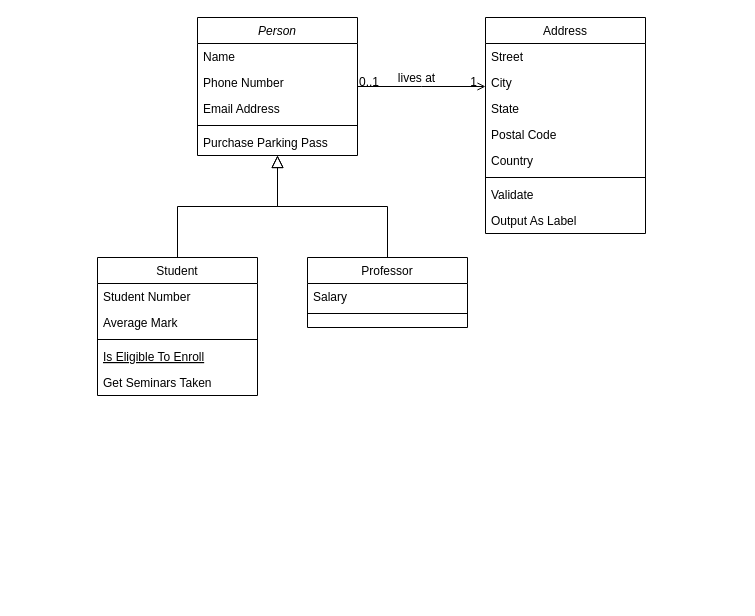
This is assets/Untitled Diagram.drawio from neorgon/cse210-hw, a draw.io file, before an edit. Source tidied: cells renumbered, new cells numbered last; positions are measured from the earlier drawing's top-left corner, leaving out a move shared by most shapes. Both pictures are drawn from the tidied source at 100%, with x=0, y=0 at pixel (97, 17).
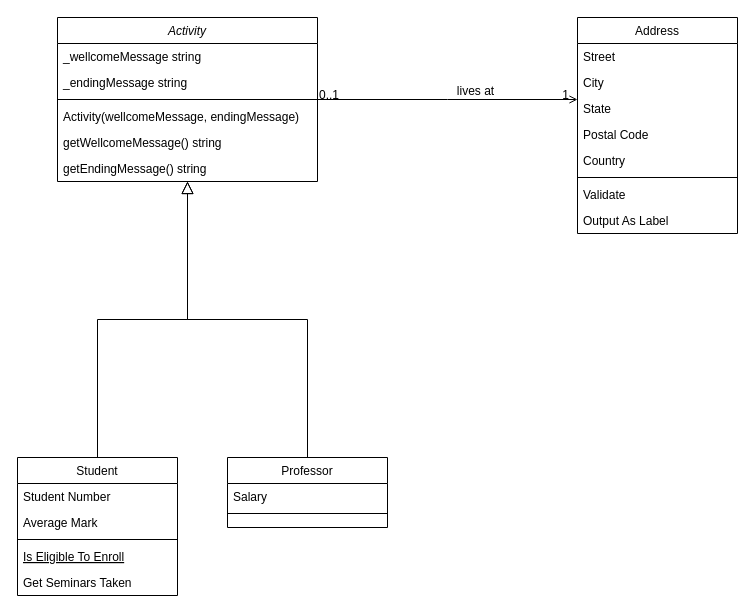
After the change.

Commit message:
Create Activity class

The edit, as a diff of the source:
```diff
@@
-    <mxCell id="2" value="Person" style="swimlane;fontStyle=2;align=center;verticalAlign=top;horizontal=1;startSize=26;rounded=0;shadow=0;strokeWidth=1;" parent="1" vertex="1">
-      <mxGeometry x="100" width="160" height="138" as="geometry" />
+    <mxCell id="2" value="Activity" style="swimlane;fontStyle=2;align=center;verticalAlign=top;horizontal=1;startSize=26;rounded=0;shadow=0;strokeWidth=1;" parent="1" vertex="1">
+      <mxGeometry x="-40" width="260" height="164" as="geometry" />
     </mxCell>
-    <mxCell id="3" value="Name" style="text;align=left;verticalAlign=top;spacingLeft=4;spacingRight=4;overflow=hidden;" parent="2" vertex="1">
-      <mxGeometry y="26" width="160" height="26" as="geometry" />
+    <mxCell id="3" value="_wellcomeMessage string" style="text;align=left;verticalAlign=top;spacingLeft=4;spacingRight=4;overflow=hidden;" parent="2" vertex="1">
+      <mxGeometry y="26" width="260" height="26" as="geometry" />
     </mxCell>
-    <mxCell id="4" value="Phone Number" style="text;align=left;verticalAlign=top;spacingLeft=4;spacingRight=4;overflow=hidden;rounded=0;shadow=0;html=0;" parent="2" vertex="1">
-      <mxGeometry y="52" width="160" height="26" as="geometry" />
+    <mxCell id="4" value="_endingMessage string" style="text;align=left;verticalAlign=top;spacingLeft=4;spacingRight=4;overflow=hidden;rounded=0;shadow=0;html=0;" parent="2" vertex="1">
+      <mxGeometry y="52" width="260" height="26" as="geometry" />
     </mxCell>
-    <mxCell id="5" value="Email Address" style="text;align=left;verticalAlign=top;spacingLeft=4;spacingRight=4;overflow=hidden;rounded=0;shadow=0;html=0;" parent="2" vertex="1">
-      <mxGeometry y="78" width="160" height="26" as="geometry" />
-    </mxCell>
     <mxCell id="6" style="line;html=1;strokeWidth=1;align=left;verticalAlign=middle;spacingTop=-1;spacingLeft=3;spacingRight=3;labelPosition=right;" parent="2" vertex="1">
-      <mxGeometry y="104" width="160" height="8" as="geometry" />
+      <mxGeometry y="78" width="260" height="8" as="geometry" />
     </mxCell>
-    <mxCell id="7" value="Purchase Parking Pass" style="text;align=left;verticalAlign=top;spacingLeft=4;spacingRight=4;overflow=hidden;" parent="2" vertex="1">
-      <mxGeometry y="112" width="160" height="26" as="geometry" />
+    <mxCell id="7" value="Activity(wellcomeMessage, endingMessage)" style="text;align=left;verticalAlign=top;spacingLeft=4;spacingRight=4;overflow=hidden;" parent="2" vertex="1">
+      <mxGeometry y="86" width="260" height="26" as="geometry" />
     </mxCell>
+    <mxCell id="32" value="getWellcomeMessage() string" style="text;align=left;verticalAlign=top;spacingLeft=4;spacingRight=4;overflow=hidden;" parent="2" vertex="1">
+      <mxGeometry y="112" width="260" height="26" as="geometry" />
+    </mxCell>
+    <mxCell id="33" value="getEndingMessage() string" style="text;align=left;verticalAlign=top;spacingLeft=4;spacingRight=4;overflow=hidden;" parent="2" vertex="1">
+      <mxGeometry y="138" width="260" height="26" as="geometry" />
+    </mxCell>
     <mxCell id="8" value="Student" style="swimlane;fontStyle=0;align=center;verticalAlign=top;horizontal=1;startSize=26;rounded=0;shadow=0;strokeWidth=1;" parent="1" vertex="1">
-      <mxGeometry y="240" width="160" height="138" as="geometry" />
+      <mxGeometry x="-80" y="440" width="160" height="138" as="geometry" />
     </mxCell>
@@
     <mxCell id="15" value="Professor" style="swimlane;fontStyle=0;align=center;verticalAlign=top;horizontal=1;startSize=26;rounded=0;shadow=0;strokeWidth=1;" parent="1" vertex="1">
-      <mxGeometry x="210" y="240" width="160" height="70" as="geometry" />
+      <mxGeometry x="130" y="440" width="160" height="70" as="geometry" />
     </mxCell>
@@
     <mxCell id="19" value="Address" style="swimlane;fontStyle=0;align=center;verticalAlign=top;horizontal=1;startSize=26;rounded=0;shadow=0;strokeWidth=1;" parent="1" vertex="1">
-      <mxGeometry x="388" width="160" height="216" as="geometry" />
+      <mxGeometry x="480" width="160" height="216" as="geometry" />
     </mxCell>
```
